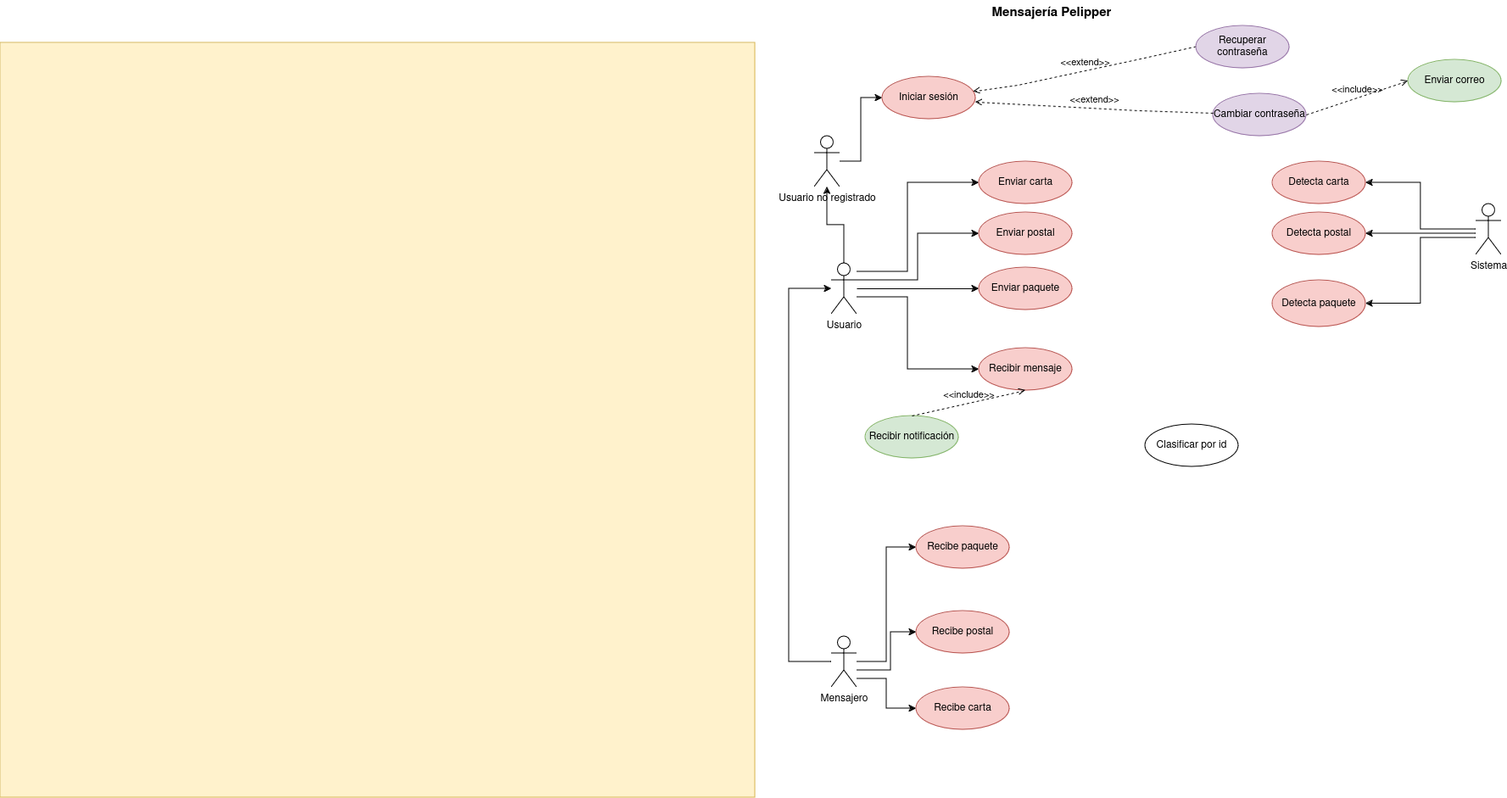
The draw.io diagram DiagramaCasouso.drawio.png in Santyew/RecordVideoGG, before a commit. Source tidied: cells renumbered, new cells last; positions are measured from the earlier drawing's top-left corner, leaving out a move shared by most shapes.
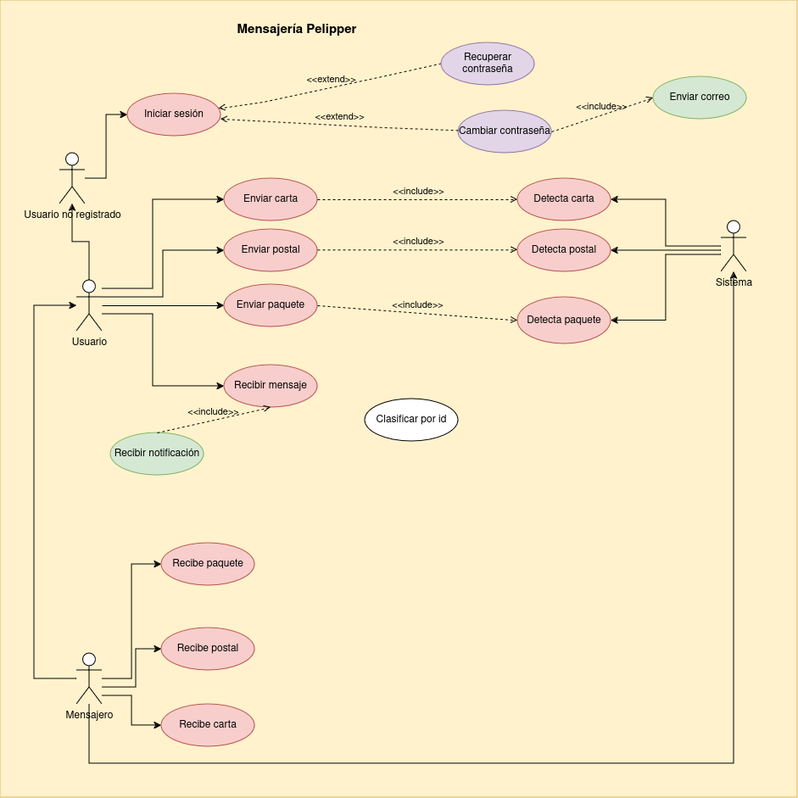
Later version of the same file.

What changed in the source:
```diff
@@ -3,7 +3,7 @@
     <mxCell id="0" />
     <mxCell id="1" parent="0" />
     <mxCell id="2" style="whiteSpace=wrap;html=1;fillColor=#fff2cc;strokeColor=#d6b656;" parent="1" vertex="1">
-      <mxGeometry y="50" width="890" height="890" as="geometry" />
+      <mxGeometry x="890" y="-20" width="940" height="940" as="geometry" />
     </mxCell>
     <mxCell id="3" style="edgeStyle=orthogonalEdgeStyle;rounded=0;jettySize=auto;html=1;entryX=0;entryY=0.5;entryDx=0;entryDy=0;" parent="1" edge="1" source="7" target="12">
       <mxGeometry relative="1" as="geometry" />
@@ -105,6 +105,14 @@
         </Array>
       </mxGeometry>
     </mxCell>
+    <mxCell id="41" style="edgeStyle=orthogonalEdgeStyle;rounded=0;jettySize=auto;html=1;" parent="1" edge="1" source="23" target="11">
+      <mxGeometry relative="1" as="geometry">
+        <Array as="points">
+          <mxPoint x="995" y="880" />
+          <mxPoint x="1755" y="880" />
+        </Array>
+      </mxGeometry>
+    </mxCell>
     <mxCell id="23" value="&lt;div&gt;Mensajero&lt;/div&gt;&lt;div&gt;&lt;br&gt;&lt;/div&gt;" style="shape=umlActor;verticalLabelPosition=bottom;verticalAlign=top;html=1;outlineConnect=0;" parent="1" vertex="1">
       <mxGeometry x="980" y="750" width="30" height="60" as="geometry" />
     </mxCell>
@@ -127,7 +135,7 @@
       <mxGeometry x="1500" y="330" width="110" height="55" as="geometry" />
     </mxCell>
     <mxCell id="30" value="Clasificar por id" style="ellipse;whiteSpace=wrap;html=1;" parent="1" vertex="1">
-      <mxGeometry x="1350" y="500" width="110" height="50" as="geometry" />
+      <mxGeometry x="1320" y="450" width="110" height="50" as="geometry" />
     </mxCell>
     <mxCell id="31" style="edgeStyle=orthogonalEdgeStyle;rounded=0;jettySize=auto;html=1;entryX=0;entryY=0.5;entryDx=0;entryDy=0;" parent="1" edge="1" source="33" target="34">
       <mxGeometry relative="1" as="geometry" />
@@ -170,5 +178,22 @@
     <mxCell id="40" value="&amp;lt;&amp;lt;include&amp;gt;&amp;gt;" style="html=1;verticalAlign=bottom;labelBackgroundColor=none;endArrow=open;endFill=0;dashed=1;rounded=0;exitX=1;exitY=0.5;exitDx=0;exitDy=0;entryX=0;entryY=0.5;entryDx=0;entryDy=0;" parent="1" edge="1" source="37" target="39">
       <mxGeometry relative="1" as="geometry" />
     </mxCell>
+    <mxCell id="42" value="&amp;lt;&amp;lt;include&amp;gt;&amp;gt;" style="html=1;verticalAlign=bottom;labelBackgroundColor=none;endArrow=open;endFill=0;dashed=1;rounded=0;exitX=1;exitY=0.5;exitDx=0;exitDy=0;entryX=0;entryY=0.5;entryDx=0;entryDy=0;" parent="1" edge="1" source="18" target="26">
+      <mxGeometry relative="1" as="geometry" />
+    </mxCell>
+    <mxCell id="43" value="&amp;lt;&amp;lt;include&amp;gt;&amp;gt;" style="html=1;verticalAlign=bottom;labelBackgroundColor=none;endArrow=open;endFill=0;dashed=1;rounded=0;exitX=1;exitY=0.5;exitDx=0;exitDy=0;entryX=0;entryY=0.5;entryDx=0;entryDy=0;" parent="1" edge="1">
+      <mxGeometry relative="1" as="geometry">
+        <mxPoint x="1264" y="274.3" as="sourcePoint" />
+        <mxPoint x="1500" y="274.3" as="targetPoint" />
+        <Array as="points">
+          <mxPoint x="1380" y="274.3" />
+        </Array>
+      </mxGeometry>
+    </mxCell>
+    <mxCell id="44" value="&amp;lt;&amp;lt;include&amp;gt;&amp;gt;" style="html=1;verticalAlign=bottom;labelBackgroundColor=none;endArrow=open;endFill=0;dashed=1;rounded=0;exitX=1;exitY=0.5;exitDx=0;exitDy=0;entryX=0;entryY=0.5;entryDx=0;entryDy=0;" parent="1" edge="1" target="29">
+      <mxGeometry relative="1" as="geometry">
+        <mxPoint x="1264" y="340" as="sourcePoint" />
+      </mxGeometry>
+    </mxCell>
   </root>
 </mxGraphModel>
```
